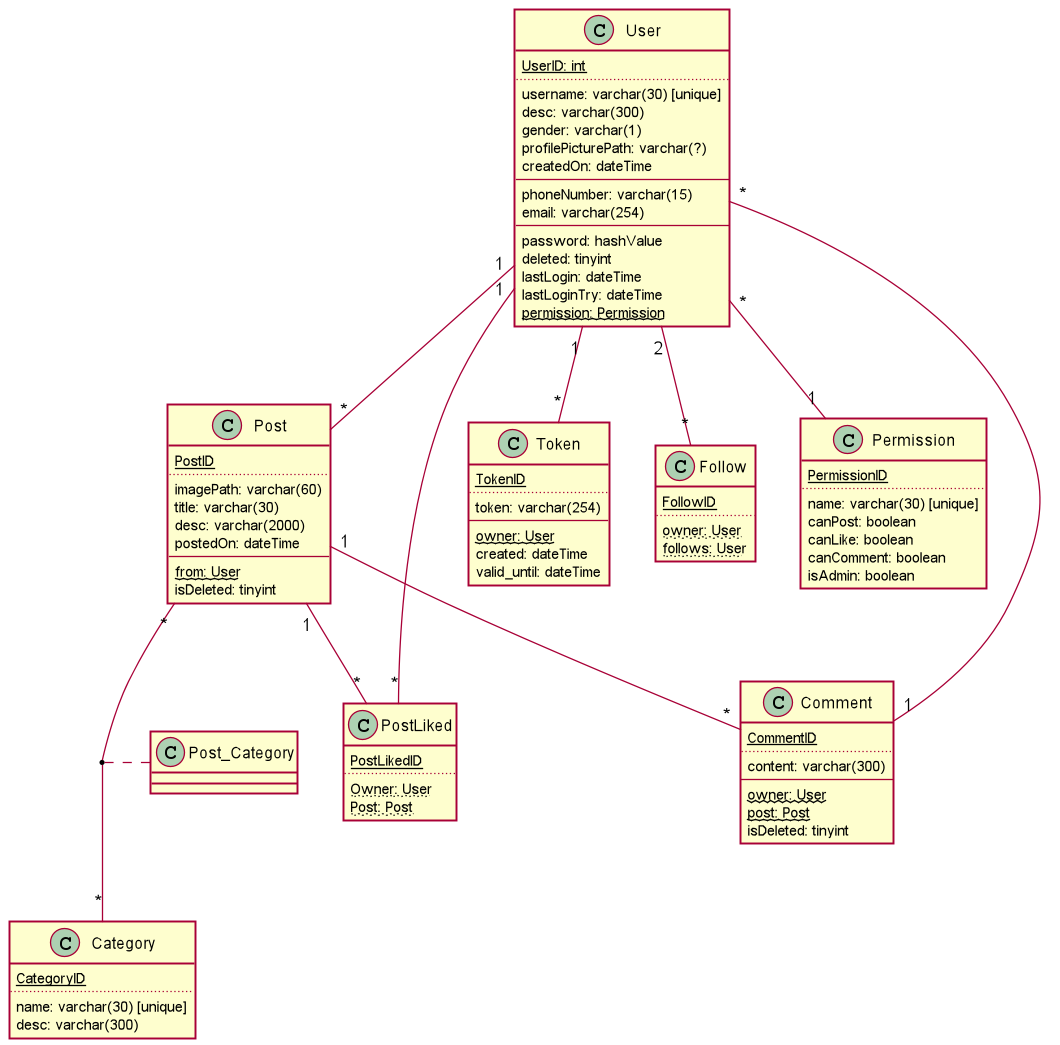
This is doc/images/dbConcept-1.png from MctomSpdo/Visuly, a PlantUML export, as it was before one commit. The source it was exported from:
```plantuml
@startuml
skinparam backgroundcolor transparent
skinparam shadowing false

scale 1.3

class User {
    <u>UserID: int</u>
    ..
    username: varchar(30) [unique]
    desc: varchar(300)
    gender: varchar(1)
    profilePicturePath: varchar(?)
    createdOn: dateTime
    --
    phoneNumber: varchar(15)
    email: varchar(254)
    --
    password: hashValue
    deleted: tinyint
    lastLogin: dateTime
    lastLoginTry: dateTime
    <w>permission: Permission</w>
}

class Post {
    <u>PostID</u>
    ..
    imagePath: varchar(60)
    title: varchar(30)
    desc: varchar(2000)
    postedOn: dateTime
    --
    <w>from: User</w>
    isDeleted: tinyint
}

class Category {
    <u>CategoryID</u>
    ..
    name: varchar(30) [unique]
    desc: varchar(300)
}

class Token {
    <u>TokenID</u>
    ..
    token: varchar(254)
    --
    <w>owner: User</w>
    created: dateTime
    valid_until: dateTime
}

class Follow {
    <u>FollowID</u>
    ..
    <w>owner: User</w>
    <w>follows: User</w>
}

class PostLiked {
    <u>PostLikedID</u>
    ..
    <w>Owner: User</w>
    <w>Post: Post</w>
}

class Permission {
    <u>PermissionID</u>
    ..
    name: varchar(30) [unique]
    canPost: boolean
    canLike: boolean
    canComment: boolean
    isAdmin: boolean
}

class Comment {
    <u>CommentID</u>
    ..
    content: varchar(300)
    --
    <w>owner: User</w>
    <w>post: Post</w>
    isDeleted: tinyint
}

User "1" -- "*" Post
User "*" -- "1" Comment
User "1" -- "*" Token
User "2" -- "*" Follow
User "1" -- "*" PostLiked
User "*" -- "1" Permission

Post "1" -- "*" PostLiked
Post "1" -- "*" Comment
Post "*" -- "*" Category
(Post, Category) .. Post_Category

@enduml
```
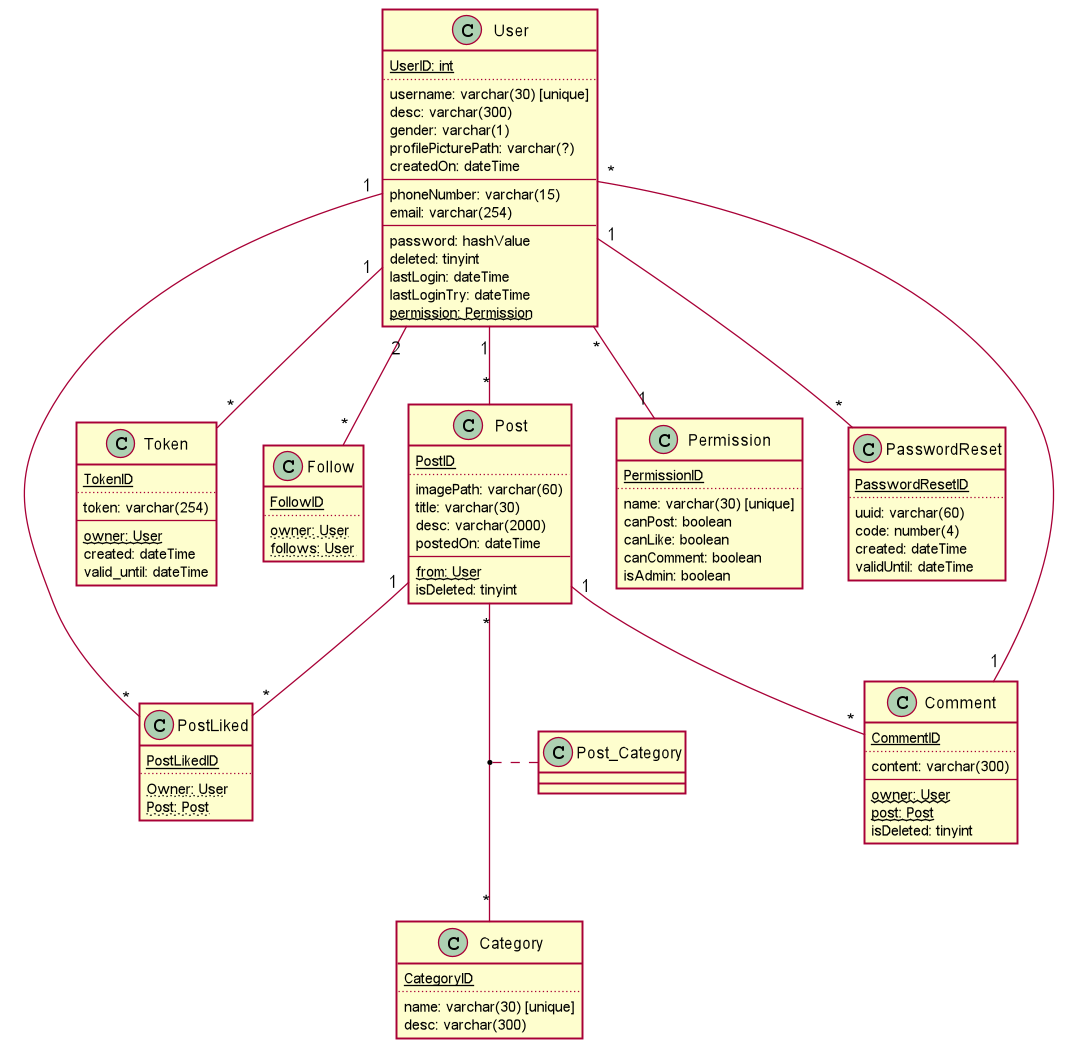
Later version of the same file.

What changed in the source:
```diff
@@ -76,6 +76,15 @@
     isAdmin: boolean
 }
 
+class PasswordReset {
+    <u>PasswordResetID</u>
+    ..
+    uuid: varchar(60)
+    code: number(4)
+    created: dateTime
+    validUntil: dateTime
+}
+
 class Comment {
     <u>CommentID</u>
     ..
@@ -92,6 +101,7 @@
 User "2" -- "*" Follow
 User "1" -- "*" PostLiked
 User "*" -- "1" Permission
+User "1" -- "*" PasswordReset
 
 Post "1" -- "*" PostLiked
 Post "1" -- "*" Comment
```
